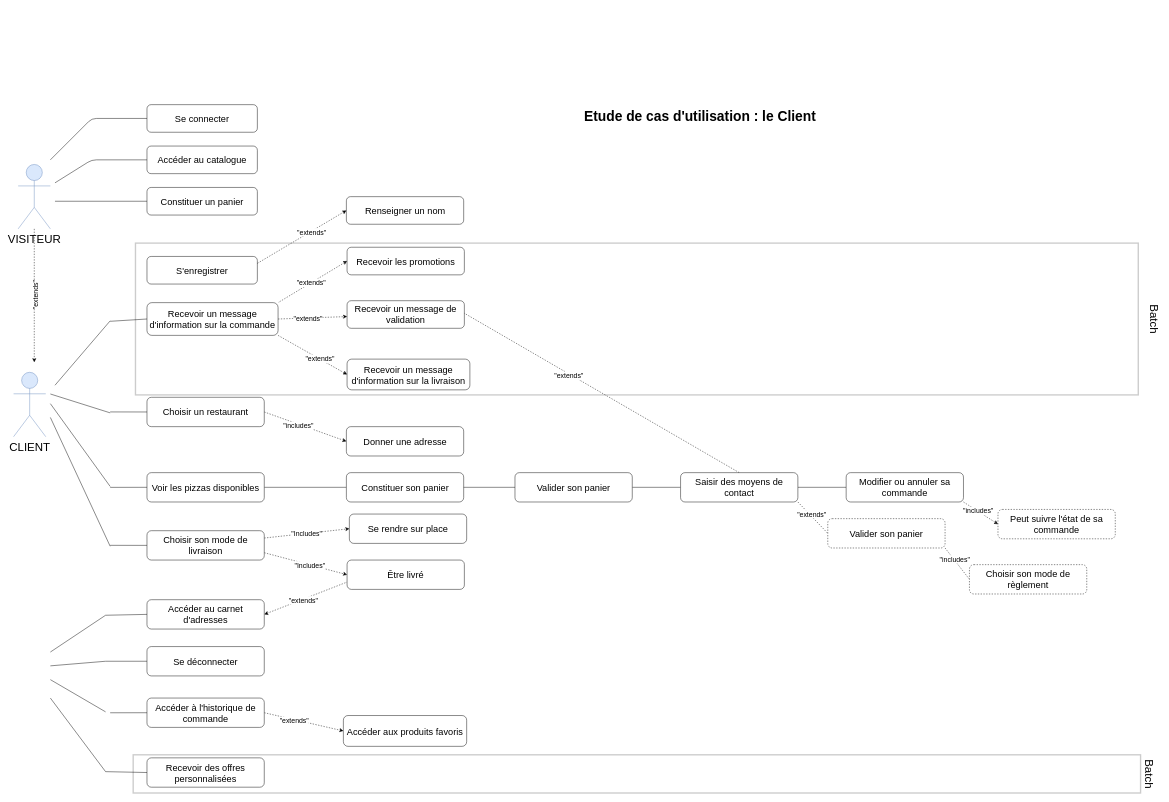
Above: 1.drawio in OMorlotti/P4-analyser-les-besoin-de-mon-client-pour-son-groupe-de-pizzerias (draw.io), before the change. Source tidied: cells renumbered, new cells numbered last; positions are measured from the earlier drawing's top-left corner, leaving out a move shared by most shapes. Both pictures are drawn from the tidied source at 46%, with x=0, y=0 at pixel (13, 104).
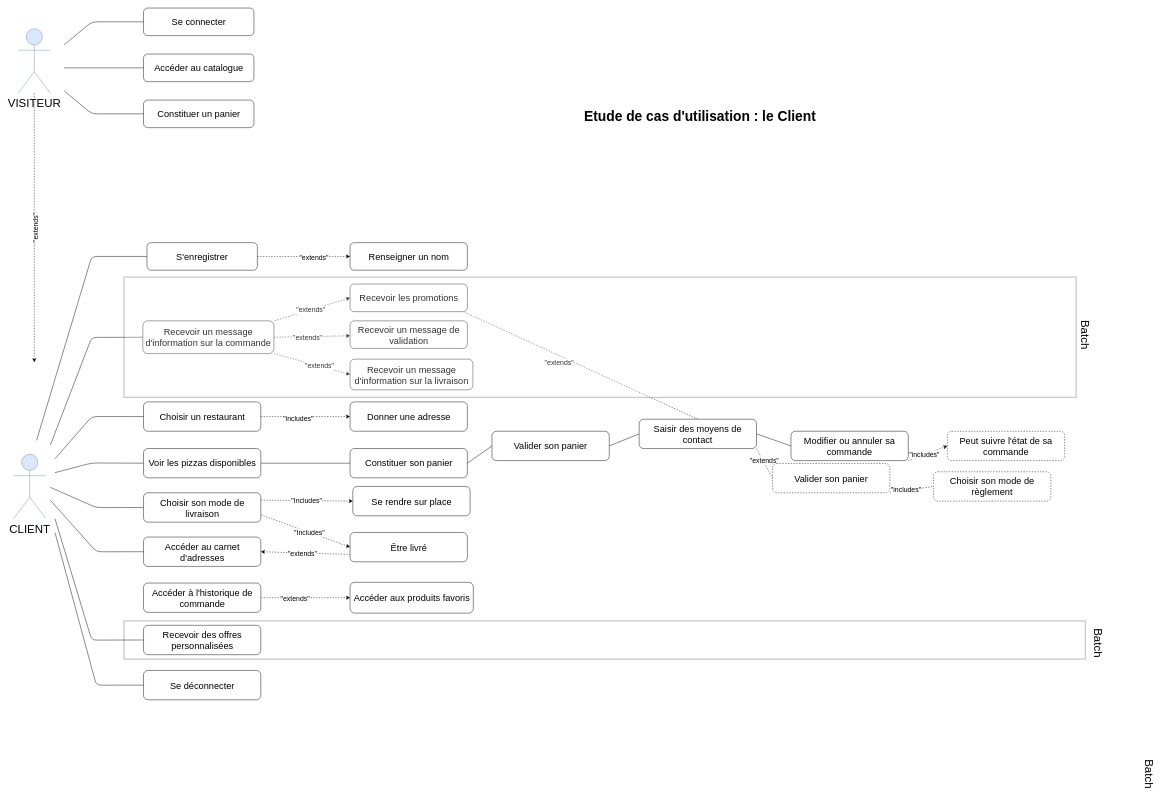
After the change.

Change to the diagram source:
```diff
@@
     <mxCell id="2" style="rounded=0;whiteSpace=wrap;html=1;opacity=20;strokeWidth=3;perimeterSpacing=0;" parent="1" vertex="1">
-      <mxGeometry x="260" y="1413.4" width="2190" height="83" as="geometry" />
+      <mxGeometry x="240" y="1122.3" width="2090" height="83" as="geometry" />
     </mxCell>
-    <mxCell id="3" style="rounded=0;whiteSpace=wrap;html=1;opacity=20;strokeWidth=3;perimeterSpacing=0;" parent="1" vertex="1">
-      <mxGeometry x="265" y="301" width="2180" height="330" as="geometry" />
-    </mxCell>
@@
     <mxCell id="5" value="&lt;font style=&quot;font-size: 25px&quot;&gt;Batch&lt;/font&gt;" style="text;html=1;align=center;verticalAlign=middle;rotation=90;" parent="1" vertex="1">
-      <mxGeometry x="2440" y="456" width="80" height="20" as="geometry" />
+      <mxGeometry x="2320" y="1160" width="80" height="20" as="geometry" />
     </mxCell>
     <mxCell id="6" style="endArrow=none;html=1;entryX=0;entryY=0.5;entryDx=0;entryDy=0;" parent="1" edge="1" target="56">
       <mxGeometry relative="1" as="geometry">
-        <mxPoint x="210" y="958" as="sourcePoint" />
+        <mxPoint x="80" y="832" as="sourcePoint" />
+        <Array as="points">
+          <mxPoint x="180" y="876" />
+        </Array>
       </mxGeometry>
     </mxCell>
@@
     <mxCell id="11" style="endArrow=none;html=1;entryX=0;entryY=0.5;entryDx=0;entryDy=0;" parent="1" edge="1" target="47">
       <mxGeometry relative="1" as="geometry">
-        <mxPoint x="210" y="832" as="sourcePoint" />
+        <mxPoint x="90" y="800" as="sourcePoint" />
+        <Array as="points">
+          <mxPoint x="170" y="779" />
+        </Array>
       </mxGeometry>
     </mxCell>
     <mxCell id="12" value="&lt;font style=&quot;font-size: 25px&quot;&gt;CLIENT&lt;/font&gt;" style="shape=umlActor;verticalLabelPosition=bottom;labelBackgroundColor=#ffffff;verticalAlign=top;html=1;fillColor=#dae8fc;strokeColor=#6c8ebf;" parent="1" vertex="1">
-      <mxGeometry y="581.9" width="70" height="140" as="geometry" />
+      <mxGeometry y="760" width="70" height="140" as="geometry" />
     </mxCell>
@@
     <mxCell id="15" value="&lt;span style=&quot;font-size: 25px&quot;&gt;VISITEUR&lt;/span&gt;" style="shape=umlActor;verticalLabelPosition=bottom;labelBackgroundColor=#ffffff;verticalAlign=top;html=1;outlineConnect=0;fillColor=#dae8fc;strokeColor=#6c8ebf;" parent="1" vertex="1">
-      <mxGeometry x="10" y="130" width="70" height="140" as="geometry" />
+      <mxGeometry x="10" y="-165" width="70" height="140" as="geometry" />
     </mxCell>
@@
     <mxCell id="38" value="&lt;span style=&quot;font-size: 20px&quot;&gt;Se connecter&lt;/span&gt;" style="rounded=1;whiteSpace=wrap;html=1;" parent="1" vertex="1">
-      <mxGeometry x="290" width="240" height="60" as="geometry" />
+      <mxGeometry x="282.5" y="-210" width="240" height="60" as="geometry" />
     </mxCell>
     <mxCell id="39" value="&lt;span style=&quot;font-size: 20px&quot;&gt;Accéder au catalogue&lt;/span&gt;" style="rounded=1;whiteSpace=wrap;html=1;" parent="1" vertex="1">
-      <mxGeometry x="290" y="90" width="240" height="60" as="geometry" />
+      <mxGeometry x="282.5" y="-110" width="240" height="60" as="geometry" />
     </mxCell>
     <mxCell id="40" value="&lt;font style=&quot;font-size: 20px&quot;&gt;Recevoir un message d'information sur la commande&lt;/font&gt;" style="rounded=1;whiteSpace=wrap;html=1;" parent="1" vertex="1">
-      <mxGeometry x="290" y="430.4" width="285" height="71.2" as="geometry" />
+      <mxGeometry x="281" y="470" width="285" height="71.2" as="geometry" />
     </mxCell>
     <mxCell id="41" value="&lt;font style=&quot;font-size: 20px&quot;&gt;Recevoir les promotions&lt;/font&gt;" style="rounded=1;whiteSpace=wrap;html=1;" parent="1" vertex="1">
-      <mxGeometry x="725" y="310" width="255" height="60" as="geometry" />
+      <mxGeometry x="731.5" y="390" width="255" height="60" as="geometry" />
     </mxCell>
     <mxCell id="42" value="&lt;span style=&quot;font-size: 20px&quot;&gt;Recevoir un message de validation&lt;/span&gt;" style="rounded=1;whiteSpace=wrap;html=1;" parent="1" vertex="1">
-      <mxGeometry x="725" y="426.2" width="255" height="60" as="geometry" />
+      <mxGeometry x="731.5" y="470" width="255" height="60" as="geometry" />
     </mxCell>
     <mxCell id="43" value="&lt;span style=&quot;font-size: 20px&quot;&gt;Recevoir un message d'information sur la livraison&lt;/span&gt;" style="rounded=1;whiteSpace=wrap;html=1;" parent="1" vertex="1">
-      <mxGeometry x="725" y="553.2" width="267" height="66.8" as="geometry" />
+      <mxGeometry x="731.5" y="553.2" width="267" height="66.8" as="geometry" />
     </mxCell>
-    <mxCell id="44" style="endArrow=none;html=1;fontSize=15;entryX=0;entryY=0.5;entryDx=0;entryDy=0;" parent="1" edge="1" target="40">
-      <mxGeometry relative="1" as="geometry">
-        <mxPoint x="210" y="471" as="sourcePoint" />
-      </mxGeometry>
-    </mxCell>
     <mxCell id="45" value="&lt;span style=&quot;font-size: 20px&quot;&gt;Donner une adresse&lt;/span&gt;" style="rounded=1;whiteSpace=wrap;html=1;" parent="1" vertex="1">
-      <mxGeometry x="723.5" y="700" width="255" height="63.8" as="geometry" />
+      <mxGeometry x="731.5" y="646.2" width="255" height="63.8" as="geometry" />
     </mxCell>
     <mxCell id="46" value="&lt;span style=&quot;font-size: 20px&quot;&gt;Choisir un restaurant&lt;/span&gt;" style="rounded=1;whiteSpace=wrap;html=1;" parent="1" vertex="1">
-      <mxGeometry x="290" y="636.2" width="255" height="63.8" as="geometry" />
+      <mxGeometry x="282.5" y="646.2" width="255" height="63.8" as="geometry" />
     </mxCell>
     <mxCell id="47" value="&lt;span style=&quot;font-size: 20px&quot;&gt;Voir les pizzas disponibles&lt;/span&gt;" style="rounded=1;whiteSpace=wrap;html=1;" parent="1" vertex="1">
-      <mxGeometry x="290" y="800" width="255" height="63.8" as="geometry" />
+      <mxGeometry x="282.5" y="747.5" width="255" height="63.8" as="geometry" />
     </mxCell>
     <mxCell id="48" value="&lt;span style=&quot;font-size: 20px&quot;&gt;Constituer son panier&lt;/span&gt;" style="rounded=1;whiteSpace=wrap;html=1;" parent="1" vertex="1">
-      <mxGeometry x="723.5" y="800" width="255" height="63.8" as="geometry" />
+      <mxGeometry x="731.5" y="747.5" width="255" height="63.8" as="geometry" />
     </mxCell>
     <mxCell id="49" value="&lt;span style=&quot;font-size: 20px&quot;&gt;Valider son panier&lt;/span&gt;" style="rounded=1;whiteSpace=wrap;html=1;" parent="1" vertex="1">
-      <mxGeometry x="1090" y="800" width="255" height="63.8" as="geometry" />
+      <mxGeometry x="1040" y="710" width="255" height="63.8" as="geometry" />
     </mxCell>
@@
     <mxCell id="51" value="&lt;span style=&quot;font-size: 20px&quot;&gt;Saisir des moyens de contact&lt;/span&gt;" style="rounded=1;whiteSpace=wrap;html=1;" parent="1" vertex="1">
-      <mxGeometry x="1450" y="800" width="255" height="63.8" as="geometry" />
+      <mxGeometry x="1360" y="683.8" width="255" height="63.8" as="geometry" />
     </mxCell>
     <mxCell id="52" value="&lt;span style=&quot;font-size: 20px&quot;&gt;Valider son panier&lt;/span&gt;" style="rounded=1;whiteSpace=wrap;html=1;dashed=1;" parent="1" vertex="1">
-      <mxGeometry x="1770" y="900" width="255" height="63.8" as="geometry" />
+      <mxGeometry x="1650" y="780" width="255" height="63.8" as="geometry" />
     </mxCell>
     <mxCell id="53" value="&lt;span style=&quot;font-size: 20px&quot;&gt;Modifier ou annuler sa commande&lt;/span&gt;" style="rounded=1;whiteSpace=wrap;html=1;" parent="1" vertex="1">
-      <mxGeometry x="1810" y="800" width="255" height="63.8" as="geometry" />
+      <mxGeometry x="1690" y="710" width="255" height="63.8" as="geometry" />
     </mxCell>
     <mxCell id="54" value="&lt;span style=&quot;font-size: 20px&quot;&gt;Choisir son mode de règlement&lt;/span&gt;" style="rounded=1;whiteSpace=wrap;html=1;dashed=1;" parent="1" vertex="1">
-      <mxGeometry x="2078" y="1000" width="255" height="63.8" as="geometry" />
+      <mxGeometry x="2000" y="798.1" width="255" height="63.8" as="geometry" />
     </mxCell>
     <mxCell id="55" value="&lt;span style=&quot;font-size: 20px&quot;&gt;Peut suivre l'état de sa commande&lt;/span&gt;" style="rounded=1;whiteSpace=wrap;html=1;dashed=1;" parent="1" vertex="1">
-      <mxGeometry x="2140" y="880" width="255" height="63.8" as="geometry" />
+      <mxGeometry x="2030" y="710" width="255" height="63.8" as="geometry" />
     </mxCell>
     <mxCell id="56" value="&lt;span style=&quot;font-size: 20px&quot;&gt;Choisir son mode de livraison&lt;/span&gt;" style="rounded=1;whiteSpace=wrap;html=1;" parent="1" vertex="1">
-      <mxGeometry x="290" y="926.2" width="255" height="63.8" as="geometry" />
+      <mxGeometry x="282.5" y="843.8" width="255" height="63.8" as="geometry" />
     </mxCell>
     <mxCell id="57" value="&lt;span style=&quot;font-size: 20px&quot;&gt;Se rendre sur place&lt;/span&gt;" style="rounded=1;whiteSpace=wrap;html=1;" parent="1" vertex="1">
-      <mxGeometry x="730" y="890" width="255" height="63.8" as="geometry" />
+      <mxGeometry x="737.5" y="830" width="255" height="63.8" as="geometry" />
     </mxCell>
     <mxCell id="58" value="&lt;span style=&quot;font-size: 20px&quot;&gt;Être livré&lt;/span&gt;" style="rounded=1;whiteSpace=wrap;html=1;" parent="1" vertex="1">
-      <mxGeometry x="725" y="990" width="255" height="63.8" as="geometry" />
+      <mxGeometry x="731.5" y="930" width="255" height="63.8" as="geometry" />
     </mxCell>
     <mxCell id="59" value="&lt;span style=&quot;font-size: 20px&quot;&gt;Accéder au carnet d'adresses&lt;/span&gt;" style="rounded=1;whiteSpace=wrap;html=1;" parent="1" vertex="1">
-      <mxGeometry x="290" y="1076.2" width="255" height="63.8" as="geometry" />
+      <mxGeometry x="282.5" y="940" width="255" height="63.8" as="geometry" />
     </mxCell>
     <mxCell id="60" value="&lt;span style=&quot;font-size: 20px&quot;&gt;Se déconnecter&lt;/span&gt;" style="rounded=1;whiteSpace=wrap;html=1;" parent="1" vertex="1">
-      <mxGeometry x="290" y="1178.1" width="255" height="63.8" as="geometry" />
+      <mxGeometry x="282.5" y="1230" width="255" height="63.8" as="geometry" />
     </mxCell>
     <mxCell id="61" value="&lt;span style=&quot;font-size: 20px&quot;&gt;Accéder à l'historique de commande&lt;/span&gt;" style="rounded=1;whiteSpace=wrap;html=1;" parent="1" vertex="1">
-      <mxGeometry x="290" y="1290" width="255" height="63.8" as="geometry" />
+      <mxGeometry x="282.5" y="1040" width="255" height="63.8" as="geometry" />
     </mxCell>
     <mxCell id="62" value="&lt;span style=&quot;font-size: 20px&quot;&gt;Accéder aux produits favoris&lt;/span&gt;" style="rounded=1;whiteSpace=wrap;html=1;" parent="1" vertex="1">
-      <mxGeometry x="717" y="1328" width="268" height="67" as="geometry" />
+      <mxGeometry x="731.5" y="1038.4" width="268" height="67" as="geometry" />
     </mxCell>
     <mxCell id="63" value="&lt;span style=&quot;font-size: 20px&quot;&gt;Recevoir des offres personnalisées&lt;/span&gt;" style="rounded=1;whiteSpace=wrap;html=1;" parent="1" vertex="1">
-      <mxGeometry x="290" y="1420" width="255" height="63.8" as="geometry" />
+      <mxGeometry x="282.5" y="1131.9" width="255" height="63.8" as="geometry" />
     </mxCell>
-    <mxCell id="64" style="endArrow=none;html=1;fontSize=15;" parent="1" edge="1">
-      <mxGeometry relative="1" as="geometry">
-        <mxPoint x="210" y="670" as="sourcePoint" />
-        <mxPoint x="80" y="629" as="targetPoint" />
-      </mxGeometry>
-    </mxCell>
-    <mxCell id="65" style="endArrow=none;html=1;fontSize=15;" parent="1" edge="1">
-      <mxGeometry relative="1" as="geometry">
-        <mxPoint x="210" y="830" as="sourcePoint" />
-        <mxPoint x="80" y="650" as="targetPoint" />
-      </mxGeometry>
-    </mxCell>
-    <mxCell id="66" style="endArrow=none;html=1;fontSize=15;" parent="1" edge="1">
-      <mxGeometry relative="1" as="geometry">
-        <mxPoint x="210" y="960" as="sourcePoint" />
-        <mxPoint x="80" y="680" as="targetPoint" />
-      </mxGeometry>
-    </mxCell>
-    <mxCell id="67" style="endArrow=none;html=1;fontSize=15;" parent="1" edge="1">
+    <mxCell id="67" style="endArrow=none;html=1;fontSize=15;exitX=0;exitY=0.5;exitDx=0;exitDy=0;" parent="1" edge="1" source="40">
       <mxGeometry relative="1" as="geometry">
-        <mxPoint x="210" y="470" as="sourcePoint" />
-        <mxPoint x="90" y="610" as="targetPoint" />
+        <mxPoint x="80" y="740" as="targetPoint" />
+        <Array as="points">
+          <mxPoint x="170" y="506" />
+        </Array>
       </mxGeometry>
     </mxCell>
     <mxCell id="68" style="endArrow=none;html=1;fontSize=15;entryX=0;entryY=0.5;entryDx=0;entryDy=0;" parent="1" edge="1" target="46">
       <mxGeometry relative="1" as="geometry">
-        <mxPoint x="210" y="668" as="sourcePoint" />
+        <mxPoint x="90" y="770" as="sourcePoint" />
+        <Array as="points">
+          <mxPoint x="170" y="678" />
+        </Array>
       </mxGeometry>
     </mxCell>
-    <mxCell id="69" style="endArrow=none;html=1;fontSize=15;" parent="1" edge="1">
-      <mxGeometry relative="1" as="geometry">
-        <mxPoint x="200" y="1110" as="sourcePoint" />
-        <mxPoint x="80" y="1190" as="targetPoint" />
-      </mxGeometry>
-    </mxCell>
     <mxCell id="70" style="endArrow=none;html=1;fontSize=15;exitX=0;exitY=0.5;exitDx=0;exitDy=0;" parent="1" edge="1" source="59">
       <mxGeometry relative="1" as="geometry">
-        <mxPoint x="200" y="1110" as="targetPoint" />
+        <mxPoint x="80" y="860" as="targetPoint" />
+        <Array as="points">
+          <mxPoint x="180" y="972" />
+        </Array>
       </mxGeometry>
     </mxCell>
-    <mxCell id="71" style="endArrow=none;html=1;fontSize=15;" parent="1" edge="1">
-      <mxGeometry relative="1" as="geometry">
-        <mxPoint x="200" y="1210" as="sourcePoint" />
-        <mxPoint x="80" y="1220" as="targetPoint" />
-      </mxGeometry>
-    </mxCell>
     <mxCell id="72" style="endArrow=none;html=1;fontSize=15;entryX=0;entryY=0.5;entryDx=0;entryDy=0;" parent="1" edge="1" target="60">
       <mxGeometry relative="1" as="geometry">
-        <mxPoint x="200" y="1210" as="sourcePoint" />
+        <mxPoint x="90" y="930" as="sourcePoint" />
+        <Array as="points">
+          <mxPoint x="180" y="1262" />
+        </Array>
       </mxGeometry>
     </mxCell>
-    <mxCell id="73" style="endArrow=none;html=1;fontSize=15;" parent="1" edge="1">
-      <mxGeometry relative="1" as="geometry">
-        <mxPoint x="200" y="1320" as="sourcePoint" />
-        <mxPoint x="80" y="1250" as="targetPoint" />
-      </mxGeometry>
-    </mxCell>
-    <mxCell id="74" style="endArrow=none;html=1;fontSize=15;exitX=0;exitY=0.5;exitDx=0;exitDy=0;" parent="1" edge="1" source="61">
-      <mxGeometry relative="1" as="geometry">
-        <mxPoint x="210" y="1322" as="targetPoint" />
-      </mxGeometry>
-    </mxCell>
-    <mxCell id="75" style="endArrow=none;html=1;fontSize=15;" parent="1" edge="1">
-      <mxGeometry relative="1" as="geometry">
-        <mxPoint x="200" y="1450" as="sourcePoint" />
-        <mxPoint x="80" y="1290" as="targetPoint" />
-      </mxGeometry>
-    </mxCell>
     <mxCell id="76" style="endArrow=none;html=1;fontSize=15;exitX=0;exitY=0.5;exitDx=0;exitDy=0;" parent="1" edge="1" source="63">
       <mxGeometry relative="1" as="geometry">
-        <mxPoint x="200" y="1450" as="targetPoint" />
+        <mxPoint x="90" y="900" as="targetPoint" />
+        <Array as="points">
+          <mxPoint x="170" y="1164" />
+        </Array>
       </mxGeometry>
     </mxCell>
@@
     <mxCell id="78" value="&lt;span style=&quot;font-size: 20px&quot;&gt;Constituer un panier&lt;/span&gt;" style="rounded=1;whiteSpace=wrap;html=1;" parent="1" vertex="1">
-      <mxGeometry x="290" y="180" width="240" height="60" as="geometry" />
+      <mxGeometry x="282.5" y="-10" width="240" height="60" as="geometry" />
     </mxCell>
     <mxCell id="79" style="endArrow=none;html=1;entryX=0;entryY=0.5;entryDx=0;entryDy=0;" parent="1" edge="1" target="39">
       <mxGeometry relative="1" as="geometry">
-        <mxPoint x="90" y="170" as="sourcePoint" />
+        <mxPoint x="110" y="-80" as="sourcePoint" />
         <Array as="points">
-          <mxPoint x="170" y="120" />
+          <mxPoint x="170" y="-80" />
         </Array>
       </mxGeometry>
     </mxCell>
     <mxCell id="80" style="endArrow=none;html=1;exitX=0;exitY=0.5;exitDx=0;exitDy=0;" parent="1" edge="1" source="38">
       <mxGeometry relative="1" as="geometry">
-        <mxPoint x="80" y="120" as="targetPoint" />
+        <mxPoint x="110" y="-130" as="targetPoint" />
         <Array as="points">
-          <mxPoint x="170" y="30" />
+          <mxPoint x="170" y="-180" />
         </Array>
       </mxGeometry>
     </mxCell>
-    <mxCell id="81" style="endArrow=none;html=1;entryX=0;entryY=0.5;entryDx=0;entryDy=0;" parent="1" edge="1" target="78">
-      <mxGeometry relative="1" as="geometry">
-        <mxPoint x="90" y="210" as="sourcePoint" />
-      </mxGeometry>
-    </mxCell>
     <mxCell id="82" value="&lt;span style=&quot;font-size: 20px&quot;&gt;S'enregistrer&lt;/span&gt;" style="rounded=1;whiteSpace=wrap;html=1;" parent="1" vertex="1">
-      <mxGeometry x="290" y="330" width="240" height="60" as="geometry" />
+      <mxGeometry x="290" y="300" width="240" height="60" as="geometry" />
     </mxCell>
     <mxCell id="83" value="&lt;font style=&quot;font-size: 20px&quot;&gt;Renseigner un nom&lt;/font&gt;" style="rounded=1;whiteSpace=wrap;html=1;" parent="1" vertex="1">
-      <mxGeometry x="723.5" y="200" width="255" height="60" as="geometry" />
+      <mxGeometry x="731.5" y="300" width="255" height="60" as="geometry" />
     </mxCell>
-    <mxCell id="84" style="endArrow=classic;html=1;entryX=0;entryY=0.5;entryDx=0;entryDy=0;exitX=1;exitY=0.25;exitDx=0;exitDy=0;dashed=1;" parent="1" edge="1" source="82" target="83">
+    <mxCell id="84" style="endArrow=classic;html=1;entryX=0;entryY=0.5;entryDx=0;entryDy=0;exitX=1;exitY=0.5;exitDx=0;exitDy=0;dashed=1;" parent="1" edge="1" source="82" target="83">
       <mxGeometry relative="1" as="geometry" />
     </mxCell>
@@
+    <mxCell id="86" style="endArrow=none;html=1;entryX=0;entryY=0.5;entryDx=0;entryDy=0;" parent="1" edge="1" target="82">
+      <mxGeometry relative="1" as="geometry">
+        <mxPoint x="50" y="730" as="sourcePoint" />
+        <Array as="points">
+          <mxPoint x="170" y="330" />
+        </Array>
+      </mxGeometry>
+    </mxCell>
+    <mxCell id="87" style="rounded=0;whiteSpace=wrap;html=1;opacity=20;strokeWidth=3;perimeterSpacing=0;" parent="1" vertex="1">
+      <mxGeometry x="240" y="374.9" width="2070" height="261.5" as="geometry" />
+    </mxCell>
+    <mxCell id="88" style="endArrow=none;html=1;entryX=0;entryY=0.5;entryDx=0;entryDy=0;" parent="1" edge="1" target="78">
+      <mxGeometry relative="1" as="geometry">
+        <mxPoint x="110" y="-30" as="sourcePoint" />
+        <Array as="points">
+          <mxPoint x="170" y="20" />
+        </Array>
+      </mxGeometry>
+    </mxCell>
+    <mxCell id="89" value="&lt;font style=&quot;font-size: 25px&quot;&gt;Batch&lt;/font&gt;" style="text;html=1;align=center;verticalAlign=middle;rotation=90;" parent="1" vertex="1">
+      <mxGeometry x="2290" y="490" width="80" height="20" as="geometry" />
+    </mxCell>
```
